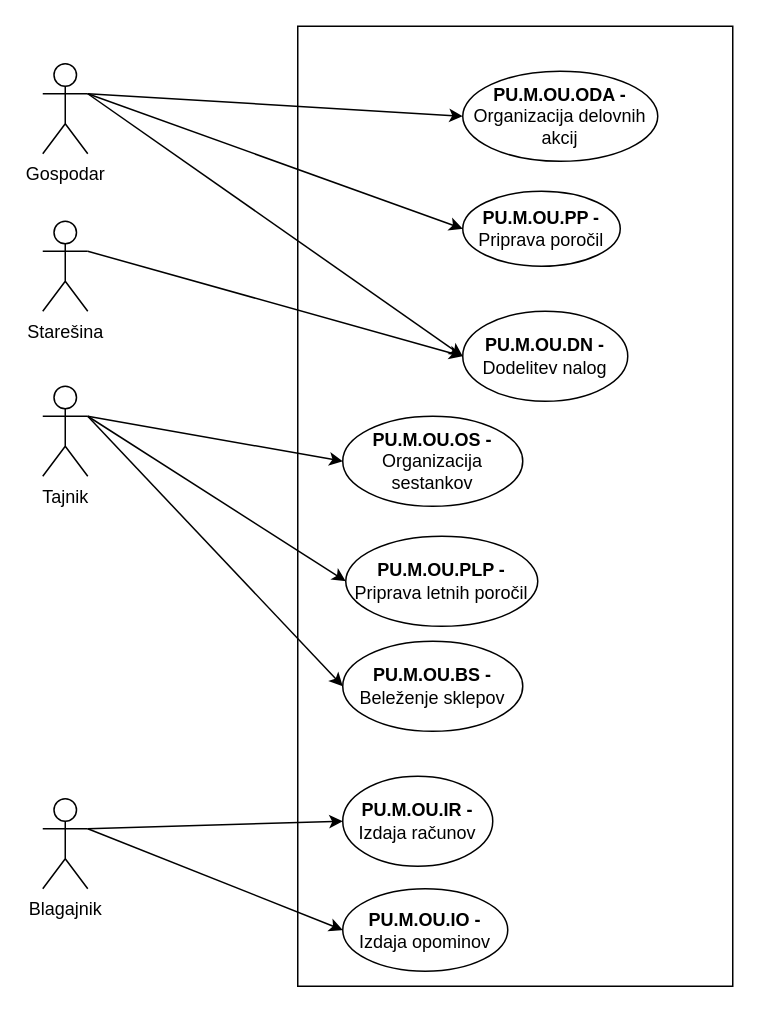
Before: Upravni odbor-Primer uporabe.drawio in ErnestISv/Lovstvo, a draw.io diagram. Source tidied: cells renumbered, new cells numbered last; positions are measured from the earlier drawing's top-left corner, leaving out a move shared by most shapes. Both pictures are drawn from the tidied source at 150%, with x=0, y=0 at pixel (42, 26).
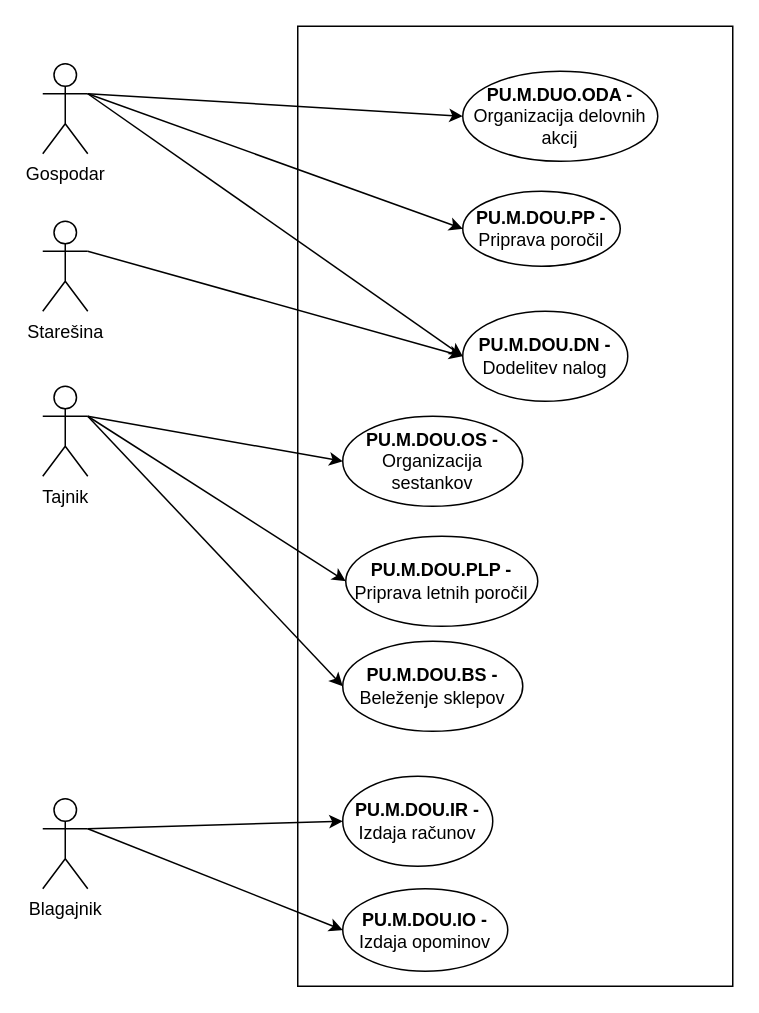
After the change.

Change to the diagram source:
```diff
@@
-    <mxCell id="6" value="&lt;b&gt;PU.M.OU.OS -&lt;/b&gt; Organizacija sestankov" style="ellipse;whiteSpace=wrap;html=1;" parent="1" vertex="1">
+    <mxCell id="6" value="&lt;b&gt;PU.M.DOU.OS -&lt;/b&gt; Organizacija sestankov" style="ellipse;whiteSpace=wrap;html=1;" parent="1" vertex="1">
       <mxGeometry x="200" y="260" width="120" height="60" as="geometry" />
     </mxCell>
-    <mxCell id="7" value="&lt;b&gt;PU.M.OU.ODA -&lt;/b&gt; Organizacija delovnih akcij" style="ellipse;whiteSpace=wrap;html=1;" parent="1" vertex="1">
+    <mxCell id="7" value="&lt;b&gt;PU.M.DUO.ODA -&lt;/b&gt; Organizacija delovnih akcij" style="ellipse;whiteSpace=wrap;html=1;" parent="1" vertex="1">
       <mxGeometry x="280" y="30" width="130" height="60" as="geometry" />
     </mxCell>
-    <mxCell id="8" value="&lt;b&gt;PU.M.OU.PP -&lt;/b&gt; Priprava poročil" style="ellipse;whiteSpace=wrap;html=1;" parent="1" vertex="1">
+    <mxCell id="8" value="&lt;b&gt;PU.M.DOU.PP -&lt;/b&gt; Priprava poročil" style="ellipse;whiteSpace=wrap;html=1;" parent="1" vertex="1">
       <mxGeometry x="280" y="110" width="105" height="50" as="geometry" />
     </mxCell>
@@
-    <mxCell id="10" value="&lt;b&gt;PU.M.OU.IR -&lt;/b&gt; Izdaja računov" style="ellipse;whiteSpace=wrap;html=1;" parent="1" vertex="1">
+    <mxCell id="10" value="&lt;b&gt;PU.M.DOU.IR -&lt;/b&gt; Izdaja računov" style="ellipse;whiteSpace=wrap;html=1;" parent="1" vertex="1">
       <mxGeometry x="200" y="500" width="100" height="60" as="geometry" />
     </mxCell>
-    <mxCell id="11" value="&lt;b&gt;PU.M.OU.IO -&lt;/b&gt; Izdaja opominov" style="ellipse;whiteSpace=wrap;html=1;" parent="1" vertex="1">
+    <mxCell id="11" value="&lt;b&gt;PU.M.DOU.IO -&lt;/b&gt; Izdaja opominov" style="ellipse;whiteSpace=wrap;html=1;" parent="1" vertex="1">
       <mxGeometry x="200" y="575" width="110" height="55" as="geometry" />
     </mxCell>
-    <mxCell id="12" value="&lt;b&gt;PU.M.OU.DN -&lt;/b&gt; Dodelitev nalog" style="ellipse;whiteSpace=wrap;html=1;" parent="1" vertex="1">
+    <mxCell id="12" value="&lt;b&gt;PU.M.DOU.DN -&lt;/b&gt; Dodelitev nalog" style="ellipse;whiteSpace=wrap;html=1;" parent="1" vertex="1">
       <mxGeometry x="280" y="190" width="110" height="60" as="geometry" />
     </mxCell>
-    <mxCell id="13" value="&lt;b&gt;PU.M.OU.PLP -&lt;/b&gt; Priprava letnih poročil" style="ellipse;whiteSpace=wrap;html=1;" parent="1" vertex="1">
+    <mxCell id="13" value="&lt;b&gt;PU.M.DOU.PLP -&lt;/b&gt; Priprava letnih poročil" style="ellipse;whiteSpace=wrap;html=1;" parent="1" vertex="1">
       <mxGeometry x="202" y="340" width="128" height="60" as="geometry" />
     </mxCell>
-    <mxCell id="14" value="&lt;b&gt;PU.M.OU.BS -&lt;/b&gt; Beleženje sklepov" style="ellipse;whiteSpace=wrap;html=1;" parent="1" vertex="1">
+    <mxCell id="14" value="&lt;b&gt;PU.M.DOU.BS -&lt;/b&gt; Beleženje sklepov" style="ellipse;whiteSpace=wrap;html=1;" parent="1" vertex="1">
       <mxGeometry x="200" y="410" width="120" height="60" as="geometry" />
     </mxCell>
```
